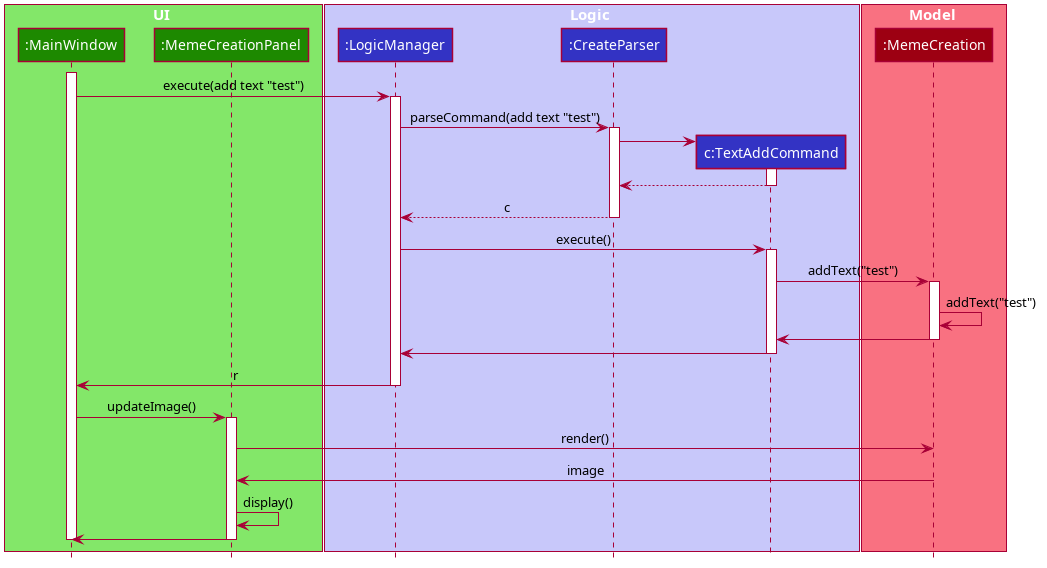
Above: docs/images/TextAddCommandSequenceDiagram.png in nus-cs2103-AY1920S1/addressbook-level3 (PlantUML), before the change.
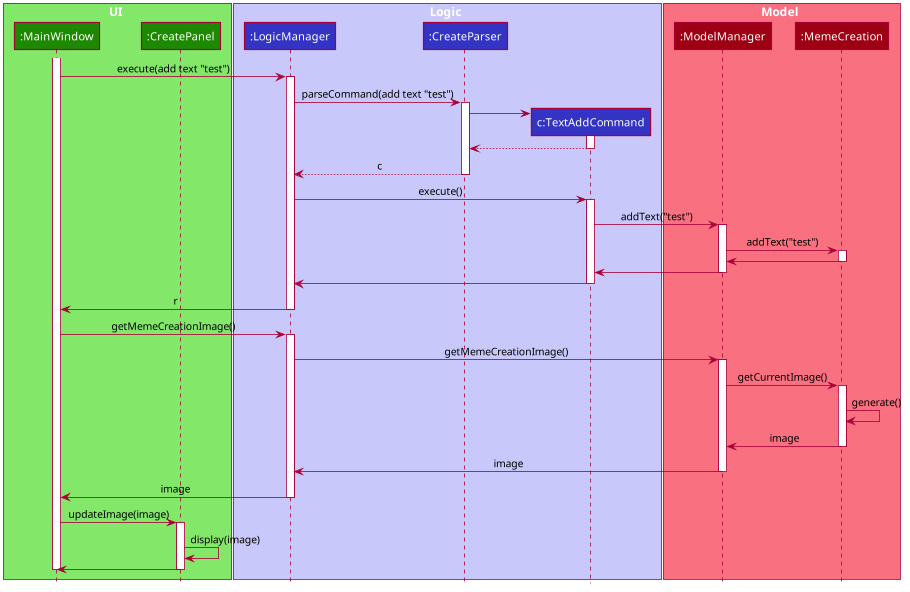
The same diagram one commit later.

The edit, as a diff of the source:
```diff
@@ -50,7 +50,7 @@
 
 box UI #83E769
 participant ":MainWindow" as MainWindow #1D8900
-participant ":MemeCreationPanel" as MemeCreationPanel #1D8900
+participant ":CreatePanel" as CreatePanel #1D8900
 end box
 
 box Logic #C8C8FA
@@ -60,6 +60,7 @@
 end box
 
 box Model #F97181
+participant ":ModelManager" as ModelManager #9D0012
 participant ":MemeCreation" as MemeCreation #9D0012
 end box
 
@@ -83,24 +84,39 @@
 LogicManager -> TextAddCommand : execute()
 activate TextAddCommand
 
-TextAddCommand -> MemeCreation : addText("test")
+TextAddCommand -> ModelManager : addText("test")
+activate ModelManager
+ModelManager -> MemeCreation : addText("test")
 activate MemeCreation
-MemeCreation -> MemeCreation : addText("test")
-MemeCreation -> TextAddCommand
+MemeCreation -> ModelManager
 deactivate MemeCreation
+ModelManager -> TextAddCommand
+deactivate ModelManager
 TextAddCommand -> LogicManager
 deactivate TextAddCommand
 
 LogicManager -> MainWindow : r
 deactivate LogicManager
 
-MainWindow -> MemeCreationPanel : updateImage()
-activate MemeCreationPanel
-MemeCreationPanel -> MemeCreation : render()
-MemeCreation -> MemeCreationPanel : image
-MemeCreationPanel -> MemeCreationPanel : display()
-MemeCreationPanel -> MainWindow
-deactivate MemeCreationPanel
+MainWindow -> LogicManager : getMemeCreationImage()
+activate LogicManager
+LogicManager -> ModelManager : getMemeCreationImage()
+activate ModelManager
+ModelManager -> MemeCreation : getCurrentImage()
+activate MemeCreation
+MemeCreation -> MemeCreation : generate()
+MemeCreation -> ModelManager : image
+deactivate MemeCreation
+ModelManager -> LogicManager : image
+deactivate ModelManager
+LogicManager -> MainWindow : image
+deactivate LogicManager
+
+MainWindow -> CreatePanel : updateImage(image)
+activate CreatePanel
+CreatePanel -> CreatePanel : display(image)
+CreatePanel -> MainWindow
+deactivate CreatePanel
 
 deactivate MainWindow
 @enduml
```
